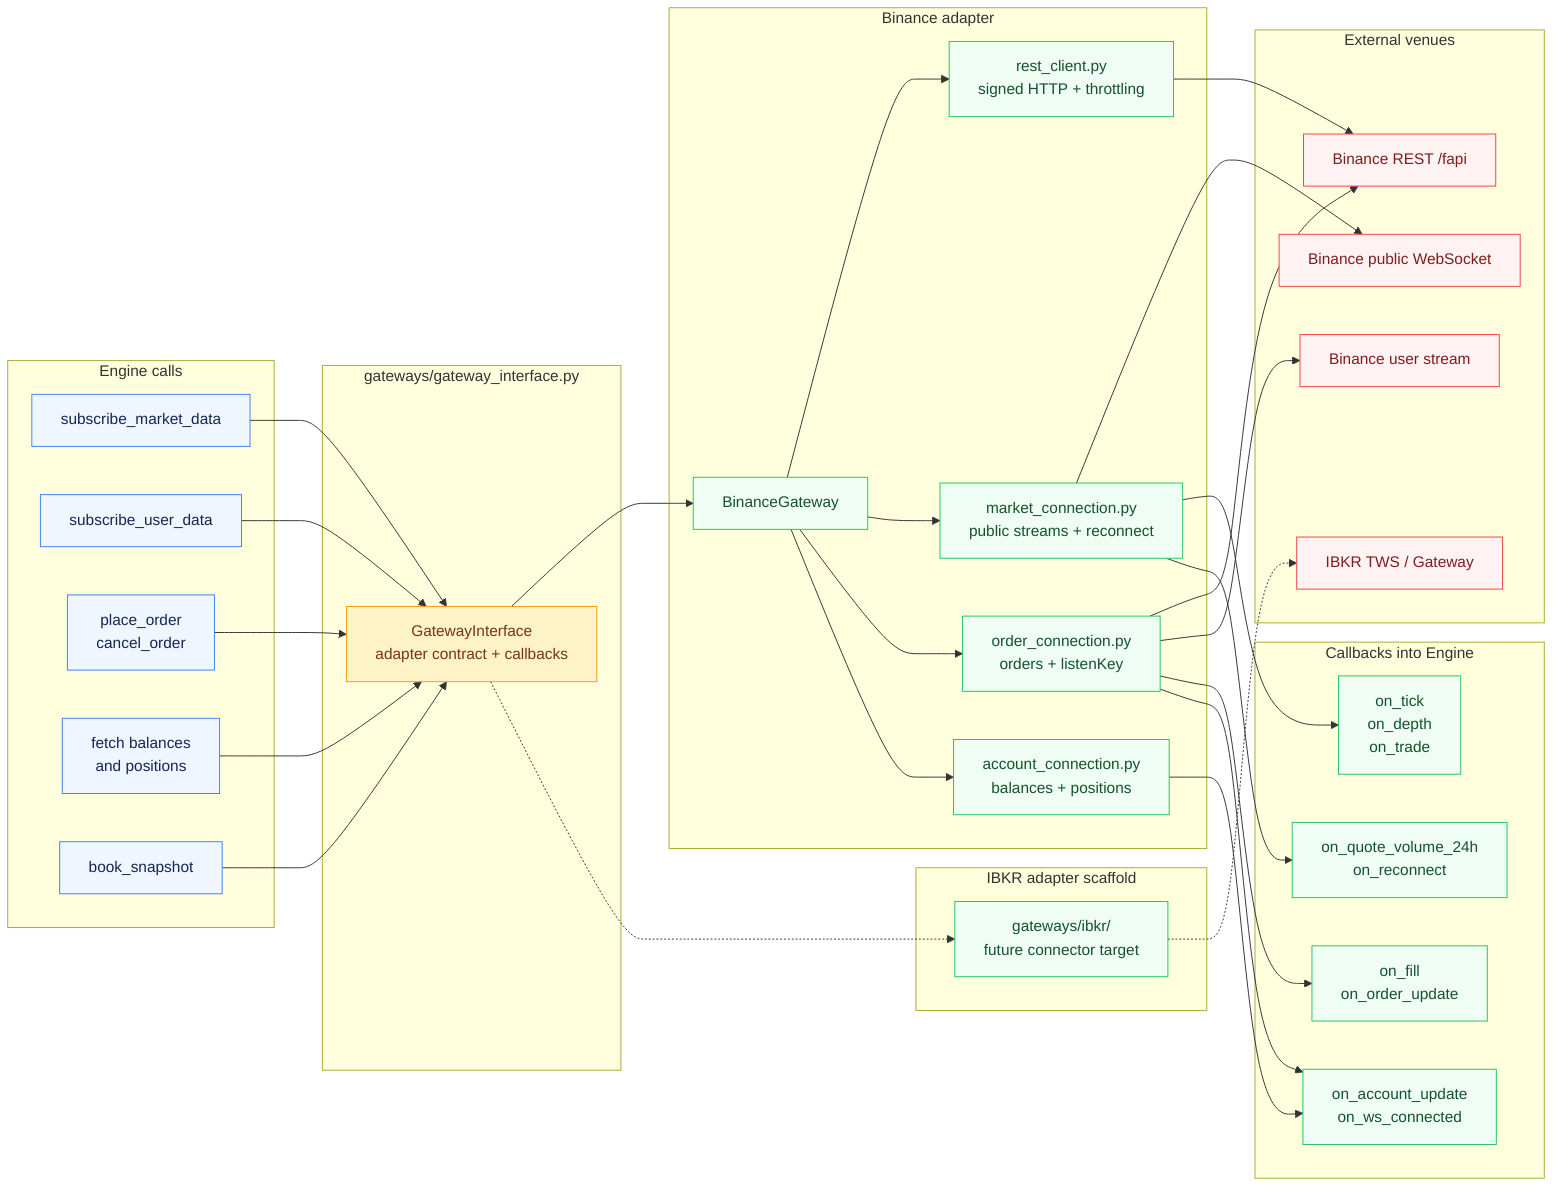
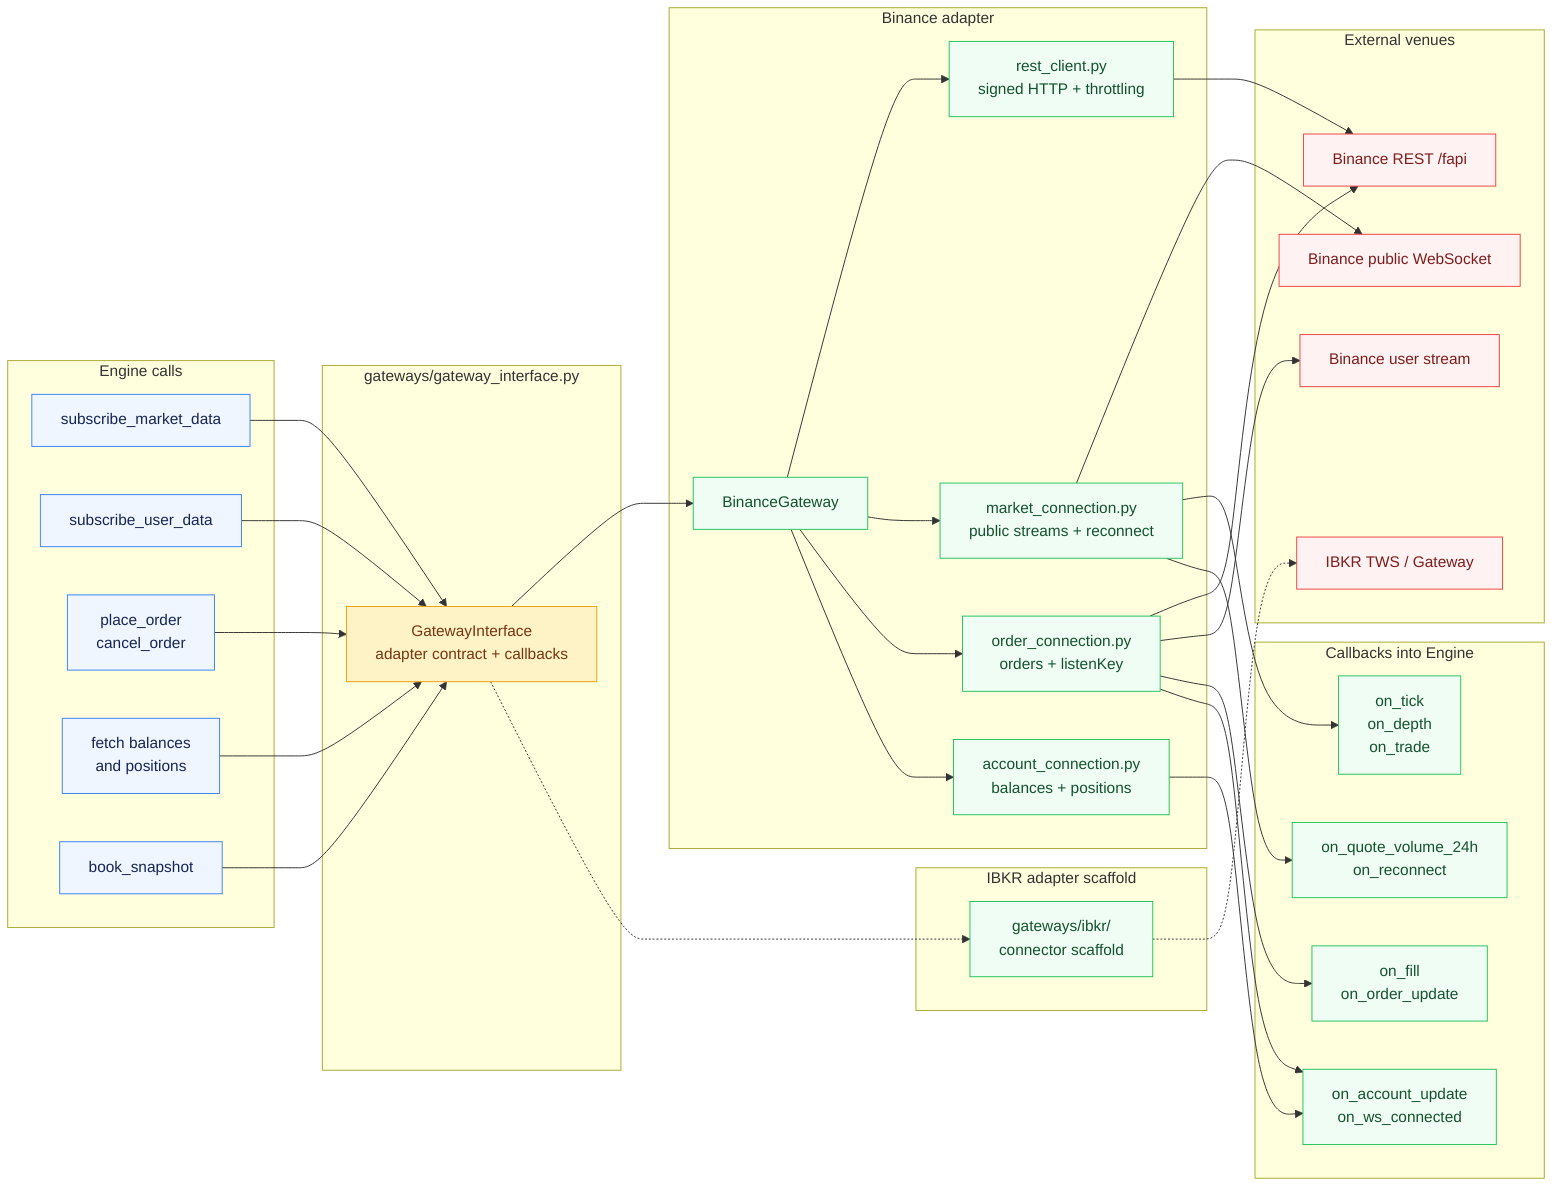
%% Gateway seam - venue-agnostic engine and exchange adapters
flowchart LR
    subgraph Engine["Engine calls"]
        MKT_SUB["subscribe_market_data"]
        USER_SUB["subscribe_user_data"]
        ORDERS["place_order<br/>cancel_order"]
        ACCOUNT["fetch balances<br/>and positions"]
        BOOK["book_snapshot"]
    end

    subgraph Interface["gateways/gateway_interface.py"]
        ABC["GatewayInterface<br/>adapter contract + callbacks"]
    end

    subgraph Binance["Binance adapter"]
        BG["BinanceGateway"]
        REST["rest_client.py<br/>signed HTTP + throttling"]
        MARKET["market_connection.py<br/>public streams + reconnect"]
        ORDER["order_connection.py<br/>orders + listenKey"]
        ACCT["account_connection.py<br/>balances + positions"]
        BG --> REST
        BG --> MARKET
        BG --> ORDER
        BG --> ACCT
    end

    subgraph IBKR["IBKR adapter scaffold"]
-         IB["gateways/ibkr/<br/>future connector target"]
+         IB["gateways/ibkr/<br/>connector scaffold"]
    end

    subgraph Venue["External venues"]
        BREST["Binance REST /fapi"]
        BWS["Binance public WebSocket"]
        BUSR["Binance user stream"]
        TWS["IBKR TWS / Gateway"]
    end

    MKT_SUB --> ABC
    USER_SUB --> ABC
    ORDERS --> ABC
    ACCOUNT --> ABC
    BOOK --> ABC

    ABC --> BG
    ABC -.-> IB
    REST --> BREST
    ORDER --> BREST
    MARKET --> BWS
    ORDER --> BUSR
    IB -.-> TWS

    subgraph Callbacks["Callbacks into Engine"]
        MARKET_CB["on_tick<br/>on_depth<br/>on_trade"]
        ORDER_CB["on_fill<br/>on_order_update"]
        ACCOUNT_CB["on_account_update<br/>on_ws_connected"]
        META_CB["on_quote_volume_24h<br/>on_reconnect"]
    end

    MARKET --> MARKET_CB
    ORDER --> ORDER_CB
    ORDER --> ACCOUNT_CB
    ACCT --> ACCOUNT_CB
    MARKET --> META_CB

    classDef engine fill:#eff6ff,stroke:#3b82f6,color:#172554
    classDef seam fill:#fef3c7,stroke:#f59e0b,color:#78350f
    classDef adapter fill:#f0fdf4,stroke:#22c55e,color:#14532d
    classDef venue fill:#fef2f2,stroke:#ef4444,color:#7f1d1d

    class MKT_SUB,USER_SUB,ORDERS,ACCOUNT,BOOK engine
    class ABC seam
    class BG,REST,MARKET,ORDER,ACCT,IB,MARKET_CB,ORDER_CB,ACCOUNT_CB,META_CB adapter
    class BREST,BWS,BUSR,TWS venue
